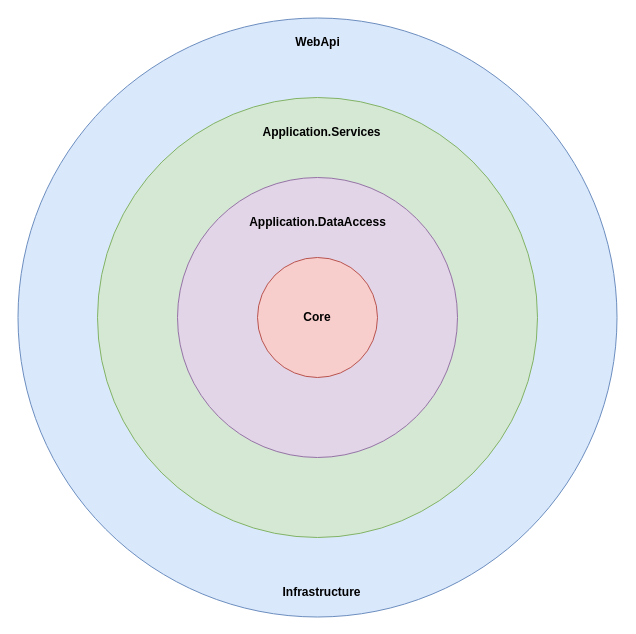
adamposledni/cleanish-architecture keeps this draw.io diagram as other/diagrams.drawio. Above is the earlier version. Source tidied: cells renumbered, new cells numbered last; positions are measured from the earlier drawing's top-left corner, leaving out a move shared by most shapes. Both pictures are drawn from the tidied source at 100%, with x=0, y=0 at pixel (17, 17).
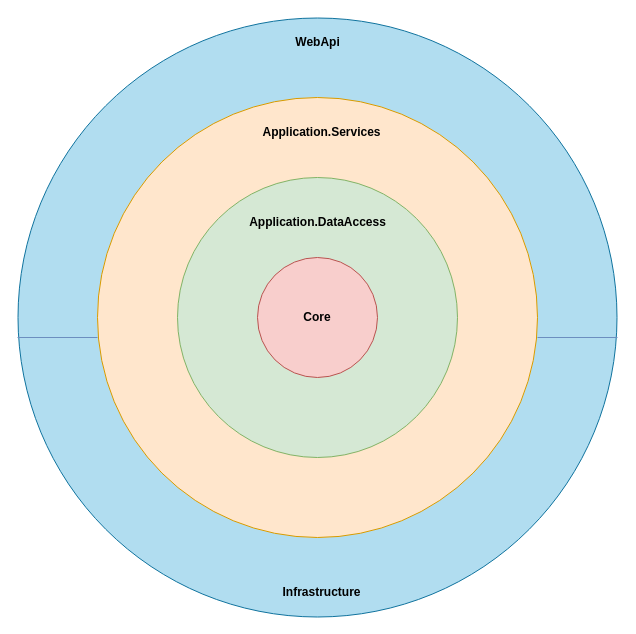
The same page after the edit.

The edit, as a diff of the source:
```diff
@@
 <mxGraphModel>
   <root>
     <mxCell id="0" />
     <mxCell id="1" parent="0" />
-    <mxCell id="2" style="ellipse;whiteSpace=wrap;html=1;fillColor=#dae8fc;strokeColor=#6c8ebf;perimeterSpacing=0;" parent="1" vertex="1">
+    <mxCell id="2" style="ellipse;whiteSpace=wrap;html=1;fillColor=#b1ddf0;strokeColor=#10739e;perimeterSpacing=0;" parent="1" vertex="1">
       <mxGeometry x="0.5" y="0.5" width="599" height="599" as="geometry" />
     </mxCell>
-    <mxCell id="3" style="ellipse;whiteSpace=wrap;html=1;fillColor=#d5e8d4;strokeColor=#82b366;" parent="1" vertex="1">
+    <mxCell id="3" style="ellipse;whiteSpace=wrap;html=1;fillColor=#ffe6cc;strokeColor=#d79b00;" parent="1" vertex="1">
       <mxGeometry x="80" y="80" width="440" height="440" as="geometry" />
     </mxCell>
-    <mxCell id="4" style="ellipse;whiteSpace=wrap;html=1;fillColor=#e1d5e7;strokeColor=#9673a6;" parent="1" vertex="1">
+    <mxCell id="4" style="ellipse;whiteSpace=wrap;html=1;fillColor=#d5e8d4;strokeColor=#82b366;" parent="1" vertex="1">
       <mxGeometry x="160" y="160" width="280" height="280" as="geometry" />
     </mxCell>
     <mxCell id="5" style="ellipse;whiteSpace=wrap;html=1;fontStyle=1;fillColor=#f8cecc;strokeColor=#b85450;" parent="1" vertex="1">
       <mxGeometry x="240" y="240" width="120" height="120" as="geometry" />
     </mxCell>
     <mxCell id="6" value="Application.DataAccess" style="text;html=1;strokeColor=none;fillColor=none;align=center;verticalAlign=middle;whiteSpace=wrap;rounded=0;fontStyle=1;" parent="1" vertex="1">
       <mxGeometry x="222.5" y="190" width="155" height="30" as="geometry" />
     </mxCell>
     <mxCell id="7" value="Core" style="text;html=1;strokeColor=none;fillColor=none;align=center;verticalAlign=middle;whiteSpace=wrap;rounded=0;fontStyle=1;" parent="1" vertex="1">
       <mxGeometry x="270" y="285" width="60" height="30" as="geometry" />
     </mxCell>
     <mxCell id="8" value="Application.Services" style="text;html=1;strokeColor=none;fillColor=none;align=center;verticalAlign=middle;whiteSpace=wrap;rounded=0;fontStyle=1;" parent="1" vertex="1">
       <mxGeometry x="227" y="100" width="155" height="30" as="geometry" />
     </mxCell>
     <mxCell id="9" value="WebApi" style="text;html=1;strokeColor=none;fillColor=none;align=center;verticalAlign=middle;whiteSpace=wrap;rounded=0;fontStyle=1;" parent="1" vertex="1">
       <mxGeometry x="222.5" y="10" width="155" height="30" as="geometry" />
     </mxCell>
     <mxCell id="10" value="Infrastructure" style="text;html=1;strokeColor=none;fillColor=none;align=center;verticalAlign=middle;whiteSpace=wrap;rounded=0;fontStyle=1;" parent="1" vertex="1">
       <mxGeometry x="227" y="560" width="155" height="30" as="geometry" />
     </mxCell>
+    <mxCell id="11" style="endArrow=none;html=1;rounded=0;fillColor=#dae8fc;strokeColor=#6c8ebf;strokeWidth=1;" parent="1" edge="1">
+      <mxGeometry relative="1" as="geometry">
+        <mxPoint x="520" y="320" as="sourcePoint" />
+        <mxPoint x="600" y="320" as="targetPoint" />
+      </mxGeometry>
+    </mxCell>
+    <mxCell id="12" style="endArrow=none;html=1;rounded=0;fillColor=#dae8fc;strokeColor=#6c8ebf;strokeWidth=1;" parent="1" edge="1">
+      <mxGeometry relative="1" as="geometry">
+        <mxPoint y="320" as="sourcePoint" />
+        <mxPoint x="80" y="320" as="targetPoint" />
+      </mxGeometry>
+    </mxCell>
   </root>
 </mxGraphModel>
```
